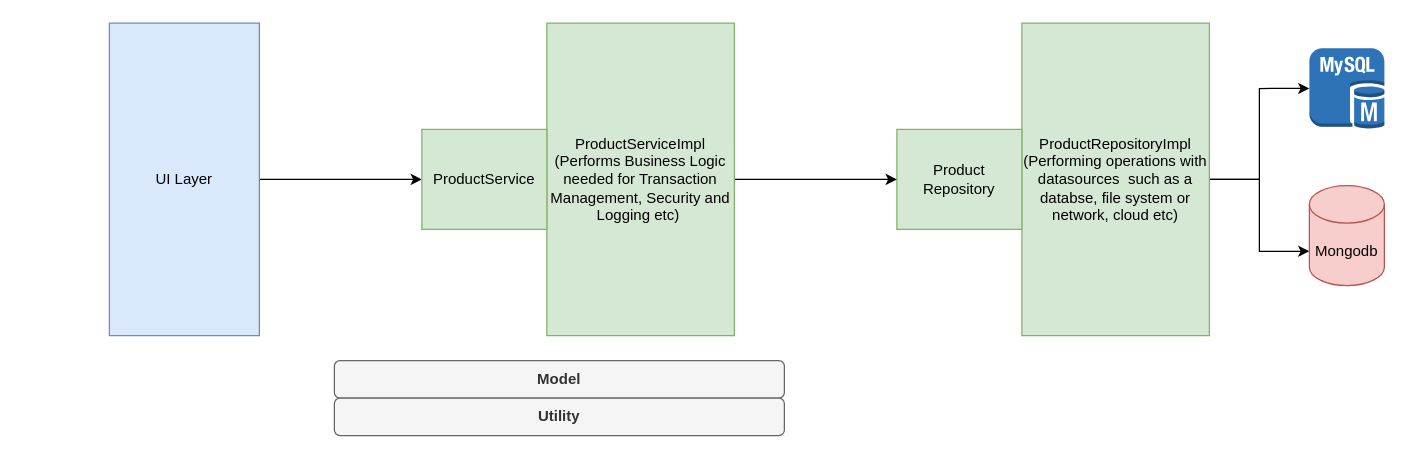
ujjawal09/spring-github keeps this draw.io diagram as page "Layered Architecture" (1 of 5) of spring-core.drawio. Above is the earlier version. Source tidied: cells renumbered, new cells numbered last; positions are measured from the earlier drawing's top-left corner, leaving out a move shared by most shapes. Both pictures are drawn from the tidied source at 125%, with x=0, y=0 at pixel (109, 22).
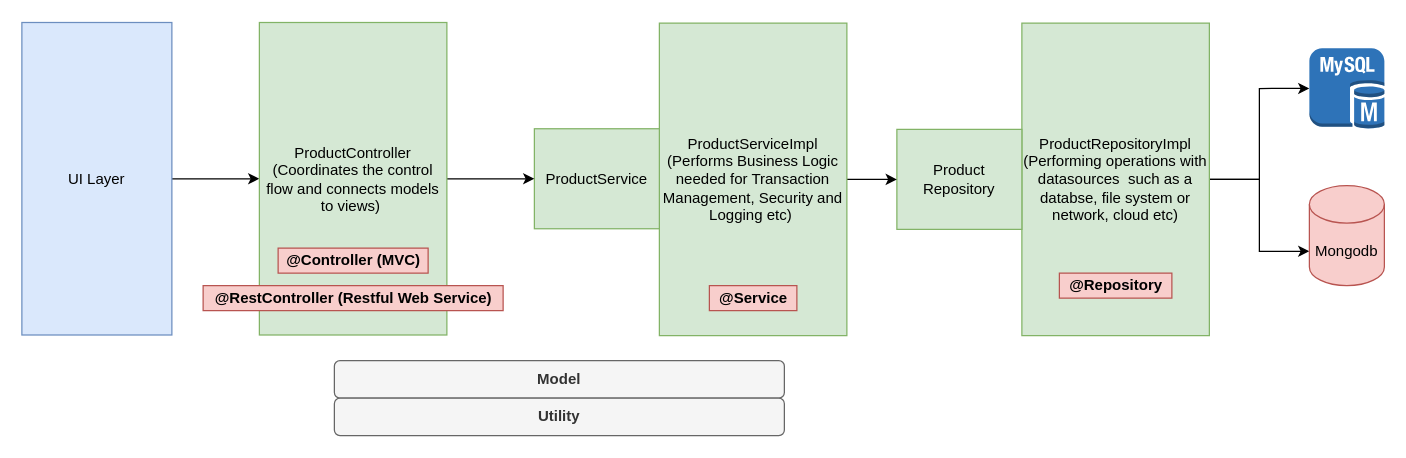
The same page after the edit.

The edit, as a diff of the source:
```diff
@@
-    <mxCell id="5" style="edgeStyle=orthogonalEdgeStyle;rounded=0;jettySize=auto;html=1;entryX=0;entryY=0.5;entryDx=0;entryDy=0;" parent="1" edge="1" source="6" target="14">
-      <mxGeometry relative="1" as="geometry" />
-    </mxCell>
+    <mxCell id="15" style="edgeStyle=orthogonalEdgeStyle;rounded=0;jettySize=auto;html=1;" parent="1" edge="1" source="6" target="17">
+      <mxGeometry relative="1" as="geometry" />
+    </mxCell>
     <mxCell id="6" value="UI Layer" style="rounded=0;whiteSpace=wrap;html=1;fillColor=#dae8fc;strokeColor=#6c8ebf;" parent="1" vertex="1">
-      <mxGeometry width="120" height="250" as="geometry" />
+      <mxGeometry x="-70" y="-0.5" width="120" height="250" as="geometry" />
     </mxCell>
@@
     <mxCell id="13" value="ProductServiceImpl&lt;br&gt;(Performs Business Logic needed for Transaction Management, Security and Logging etc)&amp;nbsp;" style="rounded=0;whiteSpace=wrap;html=1;fillColor=#d5e8d4;strokeColor=#82b366;" parent="1" vertex="1">
-      <mxGeometry x="350" width="150" height="250" as="geometry" />
+      <mxGeometry x="440" width="150" height="250" as="geometry" />
     </mxCell>
     <mxCell id="14" value="ProductService" style="rounded=0;whiteSpace=wrap;html=1;fillColor=#d5e8d4;strokeColor=#82b366;" parent="1" vertex="1">
-      <mxGeometry x="250" y="85" width="100" height="80" as="geometry" />
+      <mxGeometry x="340" y="84.5" width="100" height="80" as="geometry" />
     </mxCell>
+    <mxCell id="16" style="edgeStyle=orthogonalEdgeStyle;rounded=0;jettySize=auto;html=1;entryX=0;entryY=0.5;entryDx=0;entryDy=0;" parent="1" edge="1" source="17" target="14">
+      <mxGeometry relative="1" as="geometry" />
+    </mxCell>
+    <mxCell id="17" value="ProductController&lt;br&gt;(Coordinates the control flow and connects models to views)&amp;nbsp;" style="rounded=0;whiteSpace=wrap;html=1;fillColor=#d5e8d4;strokeColor=#82b366;" parent="1" vertex="1">
+      <mxGeometry x="120" y="-0.5" width="150" height="250" as="geometry" />
+    </mxCell>
+    <mxCell id="18" value="@Repository" style="text;html=1;align=center;verticalAlign=middle;fontStyle=1;fillColor=#f8cecc;strokeColor=#b85450;" parent="1" vertex="1">
+      <mxGeometry x="760" y="200" width="90" height="20" as="geometry" />
+    </mxCell>
+    <mxCell id="19" value="@Service" style="text;html=1;align=center;verticalAlign=middle;fontStyle=1;fillColor=#f8cecc;strokeColor=#b85450;" parent="1" vertex="1">
+      <mxGeometry x="480" y="210" width="70" height="20" as="geometry" />
+    </mxCell>
+    <mxCell id="20" value="@Controller (MVC)" style="text;html=1;align=center;verticalAlign=middle;fontStyle=1;fillColor=#f8cecc;strokeColor=#b85450;" parent="1" vertex="1">
+      <mxGeometry x="135" y="180" width="120" height="20" as="geometry" />
+    </mxCell>
+    <mxCell id="21" value="@RestController (Restful Web Service)" style="text;html=1;align=center;verticalAlign=middle;fontStyle=1;fillColor=#f8cecc;strokeColor=#b85450;" parent="1" vertex="1">
+      <mxGeometry x="75" y="210" width="240" height="20" as="geometry" />
+    </mxCell>
```
